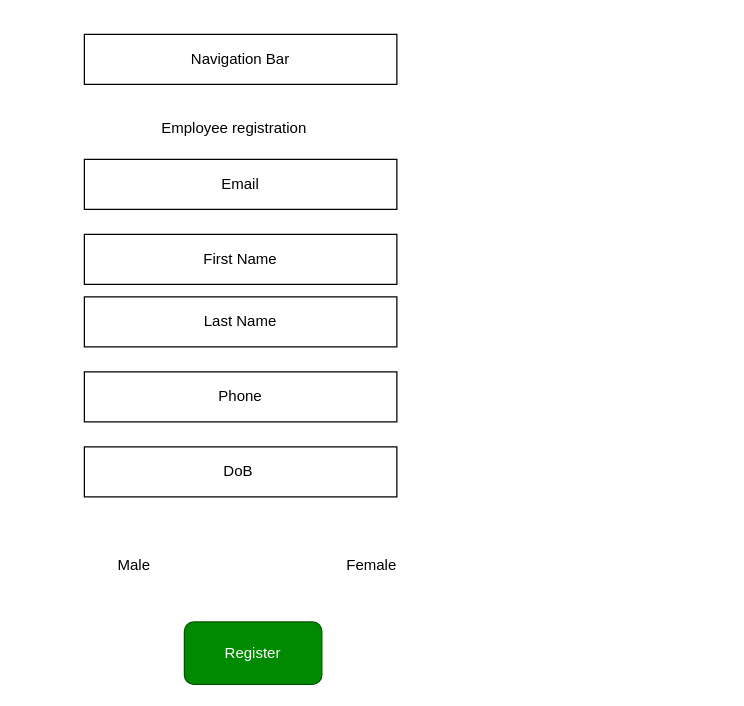
Above: uidesign.drawio in ashrikaJay/aiphp-day1 (draw.io), before the change. Source tidied: cells renumbered, new cells numbered last; positions are measured from the earlier drawing's top-left corner, leaving out a move shared by most shapes. Both pictures are drawn from the tidied source at 125%, with x=0, y=0 at pixel (84, 34).
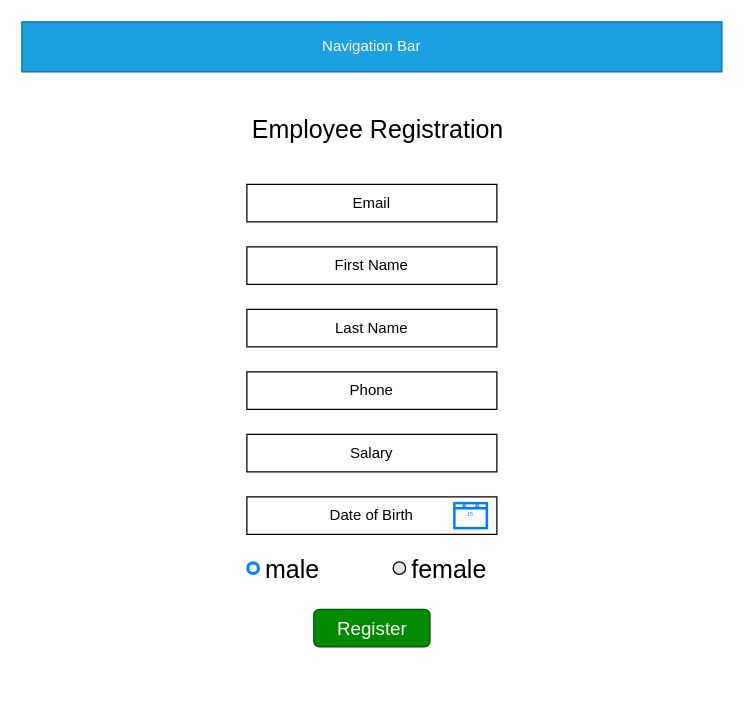
The same page after the edit.

Commit message (it also covers changes not shown here):
modified:   .DS_Store 	new file:   img/.DS_Store 	new file:   img/apple-touch-icon.png 	new file:   login.html 	modified:   register.html 	modified:   uidesign.drawio

The edit, as a diff of the source:
```diff
@@
 <mxGraphModel>
   <root>
     <mxCell id="0" />
     <mxCell id="1" parent="0" />
+    <mxCell id="12" value="Navigation Bar" style="rounded=0;whiteSpace=wrap;html=1;fillColor=#1ba1e2;strokeColor=#006EAF;fontColor=#ffffff;" parent="1" vertex="1">
+      <mxGeometry x="-50" y="-10" width="560" height="40" as="geometry" />
+    </mxCell>
+    <mxCell id="13" value="Email" style="rounded=0;whiteSpace=wrap;html=1;" parent="1" vertex="1">
+      <mxGeometry x="130" y="120" width="200" height="30" as="geometry" />
+    </mxCell>
+    <mxCell id="14" value="Employee Registration" style="text;html=1;strokeColor=none;fillColor=none;align=center;verticalAlign=middle;whiteSpace=wrap;rounded=0;fontSize=20;" parent="1" vertex="1">
+      <mxGeometry x="110" y="60" width="250" height="30" as="geometry" />
+    </mxCell>
-    <mxCell id="2" value="Email" style="rounded=0;whiteSpace=wrap;html=1;" parent="1" vertex="1">
-      <mxGeometry y="100" width="250" height="40" as="geometry" />
+    <mxCell id="2" value="First Name" style="rounded=0;whiteSpace=wrap;html=1;" parent="1" vertex="1">
+      <mxGeometry x="130" y="170" width="200" height="30" as="geometry" />
     </mxCell>
+    <mxCell id="4" value="Last Name" style="rounded=0;whiteSpace=wrap;html=1;" parent="1" vertex="1">
+      <mxGeometry x="130" y="220" width="200" height="30" as="geometry" />
+    </mxCell>
+    <mxCell id="7" value="Phone" style="rounded=0;whiteSpace=wrap;html=1;" parent="1" vertex="1">
+      <mxGeometry x="130" y="270" width="200" height="30" as="geometry" />
+    </mxCell>
+    <mxCell id="15" value="Salary" style="rounded=0;whiteSpace=wrap;html=1;" parent="1" vertex="1">
+      <mxGeometry x="130" y="320" width="200" height="30" as="geometry" />
+    </mxCell>
-    <mxCell id="3" value="Navigation Bar" style="rounded=0;whiteSpace=wrap;html=1;" parent="1" vertex="1">
-      <mxGeometry width="250" height="40" as="geometry" />
+    <mxCell id="3" value="Date of Birth" style="rounded=0;whiteSpace=wrap;html=1;" parent="1" vertex="1">
+      <mxGeometry x="130" y="370" width="200" height="30" as="geometry" />
     </mxCell>
-    <mxCell id="4" value="Last Name" style="rounded=0;whiteSpace=wrap;html=1;" parent="1" vertex="1">
-      <mxGeometry y="210" width="250" height="40" as="geometry" />
-    </mxCell>
-    <mxCell id="5" value="Employee registration" style="text;html=1;strokeColor=none;fillColor=none;align=center;verticalAlign=middle;whiteSpace=wrap;rounded=0;" parent="1" vertex="1">
-      <mxGeometry x="40" y="60" width="160" height="30" as="geometry" />
-    </mxCell>
-    <mxCell id="6" value="First Name" style="rounded=0;whiteSpace=wrap;html=1;" parent="1" vertex="1">
-      <mxGeometry y="160" width="250" height="40" as="geometry" />
-    </mxCell>
-    <mxCell id="7" value="Phone" style="rounded=0;whiteSpace=wrap;html=1;" parent="1" vertex="1">
-      <mxGeometry y="270" width="250" height="40" as="geometry" />
-    </mxCell>
-    <mxCell id="8" value="DoB&amp;nbsp;" style="rounded=0;whiteSpace=wrap;html=1;" parent="1" vertex="1">
-      <mxGeometry y="330" width="250" height="40" as="geometry" />
-    </mxCell>
-    <mxCell id="9" value="Male" style="text;html=1;strokeColor=none;fillColor=none;align=center;verticalAlign=middle;whiteSpace=wrap;rounded=0;" parent="1" vertex="1">
-      <mxGeometry x="10" y="410" width="60" height="30" as="geometry" />
-    </mxCell>
-    <mxCell id="10" value="Female" style="text;html=1;strokeColor=none;fillColor=none;align=center;verticalAlign=middle;whiteSpace=wrap;rounded=0;" parent="1" vertex="1">
-      <mxGeometry x="200" y="410" width="60" height="30" as="geometry" />
-    </mxCell>
+    <mxCell id="16" style="html=1;verticalLabelPosition=bottom;align=center;labelBackgroundColor=#ffffff;verticalAlign=top;strokeWidth=2;strokeColor=#0080F0;shadow=0;dashed=0;shape=mxgraph.ios7.icons.calendar;fontSize=20;" parent="1" vertex="1">
+      <mxGeometry x="296" y="375" width="26" height="20" as="geometry" />
+    </mxCell>
+    <mxCell id="17" value="male" style="html=1;shadow=0;dashed=0;shape=mxgraph.bootstrap.radioButton2;labelPosition=right;verticalLabelPosition=middle;align=left;verticalAlign=middle;gradientColor=#DEDEDE;fillColor=#EDEDED;checked=1;spacing=5;checkedFill=#0085FC;checkedStroke=#ffffff;sketch=0;fontSize=20;" parent="1" vertex="1">
+      <mxGeometry x="130" y="422" width="10" height="10" as="geometry" />
+    </mxCell>
+    <mxCell id="18" value="female" style="html=1;shadow=0;dashed=0;shape=mxgraph.bootstrap.radioButton2;labelPosition=right;verticalLabelPosition=middle;align=left;verticalAlign=middle;gradientColor=#DEDEDE;fillColor=#EDEDED;checked=0;spacing=5;checkedFill=#0085FC;checkedStroke=#ffffff;sketch=0;fontSize=20;" parent="1" vertex="1">
+      <mxGeometry x="247" y="422" width="10" height="10" as="geometry" />
+    </mxCell>
-    <mxCell id="11" value="Register&lt;br&gt;" style="rounded=1;whiteSpace=wrap;html=1;fillColor=#008a00;fontColor=#ffffff;strokeColor=#005700;" parent="1" vertex="1">
-      <mxGeometry x="80" y="470" width="110" height="50" as="geometry" />
+    <mxCell id="11" value="Register" style="rounded=1;whiteSpace=wrap;html=1;fontSize=15;fillColor=#008a00;fontColor=#ffffff;strokeColor=#005700;" parent="1" vertex="1">
+      <mxGeometry x="183.5" y="460" width="93" height="30" as="geometry" />
     </mxCell>
   </root>
 </mxGraphModel>
```
